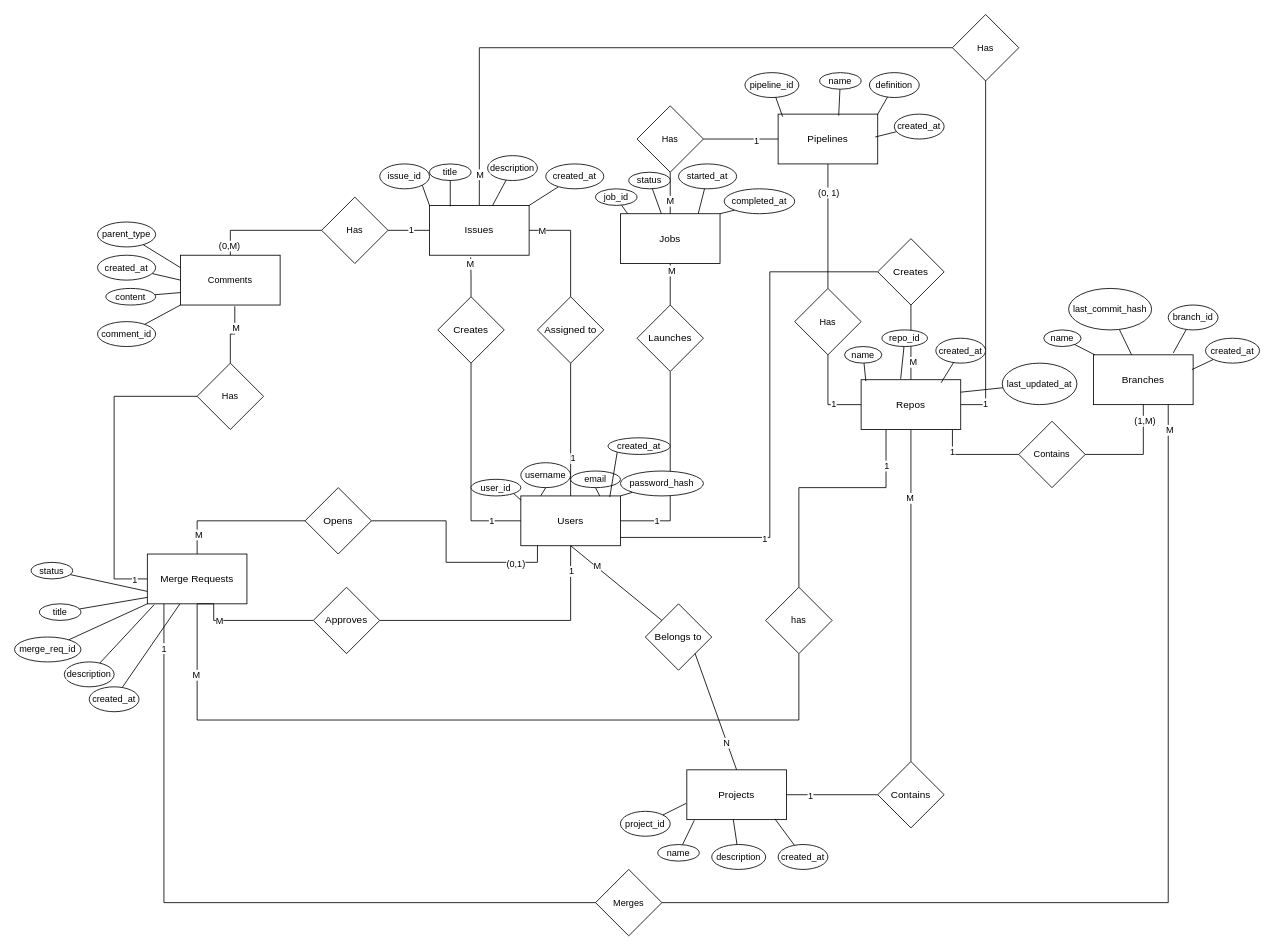
Earlier version of the draw.io diagram git_devops_er_diagram.drawio (briansterle/devops-platform-db). Source tidied: cells renumbered, new cells numbered last; positions are measured from the earlier drawing's top-left corner, leaving out a move shared by most shapes. Both pictures are drawn from the tidied source at 83%, with x=0, y=0 at pixel (14, 14).
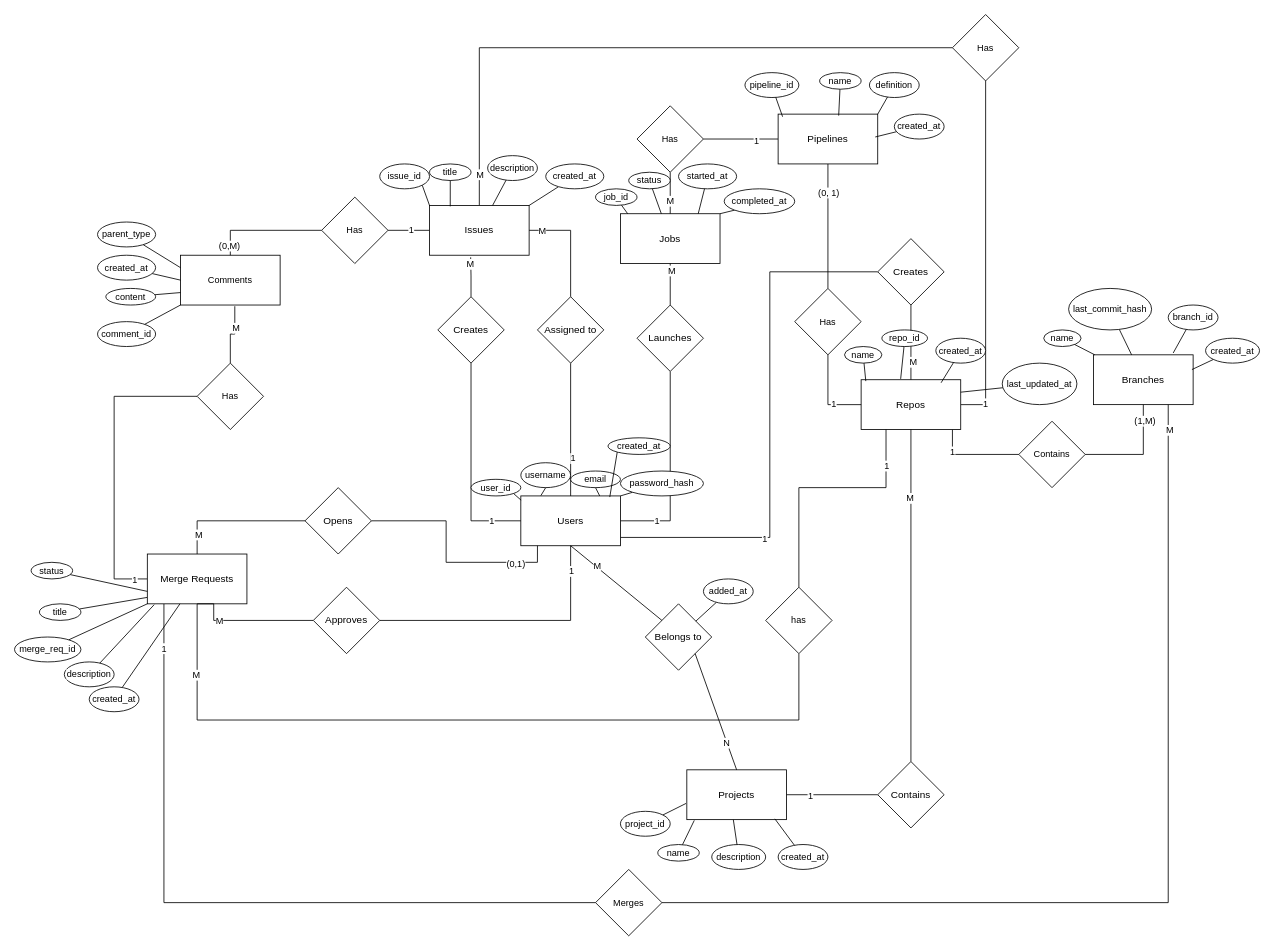
The same page after the edit.

Unchanged cells that the change refers to:
```xml
<mxCell id="34" value="Belongs to" style="rhombus;whiteSpace=wrap;html=1;" parent="1" vertex="1">
  <mxGeometry x="760" y="710" width="80" height="80" as="geometry" />
</mxCell>
```

Change to the diagram source:
```diff
@@
+    <mxCell id="167" style="rounded=0;jettySize=auto;html=1;endArrow=none;endFill=0;" parent="1" edge="1" source="34" target="168">
+      <mxGeometry relative="1" as="geometry" />
+    </mxCell>
+    <mxCell id="168" value="added_at" style="ellipse;whiteSpace=wrap;html=1;fontFamily=Helvetica;fontSize=11;fontColor=default;labelBackgroundColor=default;" parent="1" vertex="1">
+      <mxGeometry x="830" y="680" width="60" height="30" as="geometry" />
+    </mxCell>
```
